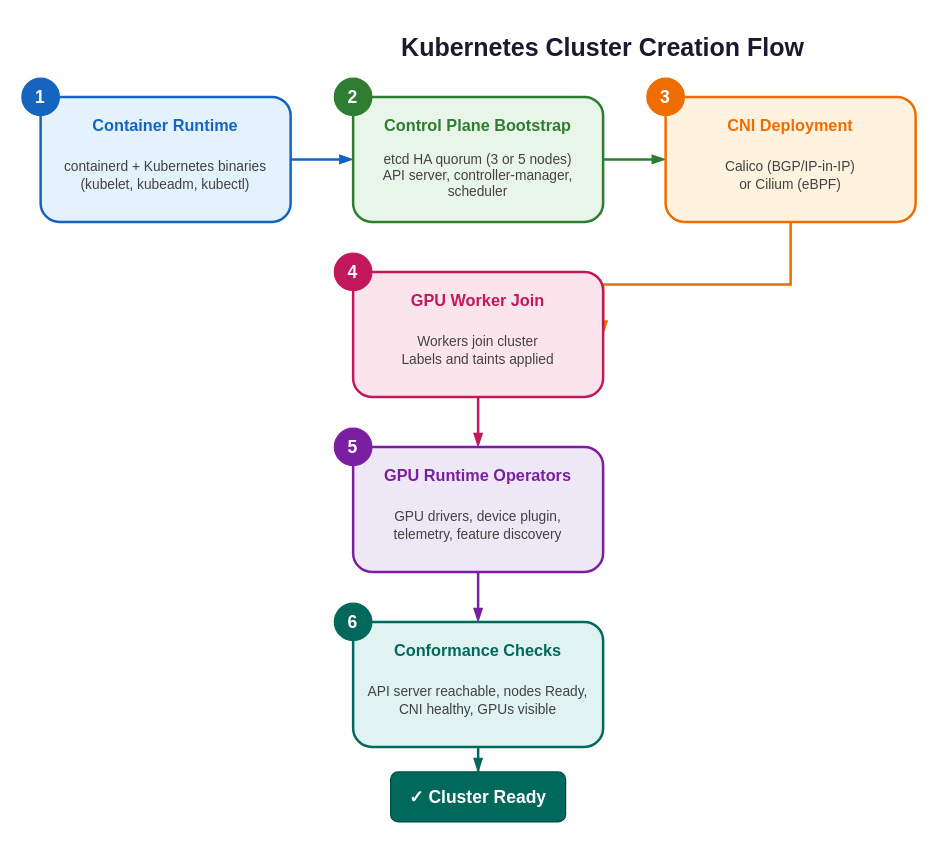
Before: docs/diagrams/kubernetes-cluster-flow.drawio in aamir939/Documentation, a draw.io diagram. Source tidied: cells renumbered, new cells numbered last; positions are measured from the earlier drawing's top-left corner, leaving out a move shared by most shapes. Both pictures are drawn from the tidied source at 125%, with x=0, y=0 at pixel (21, 21).
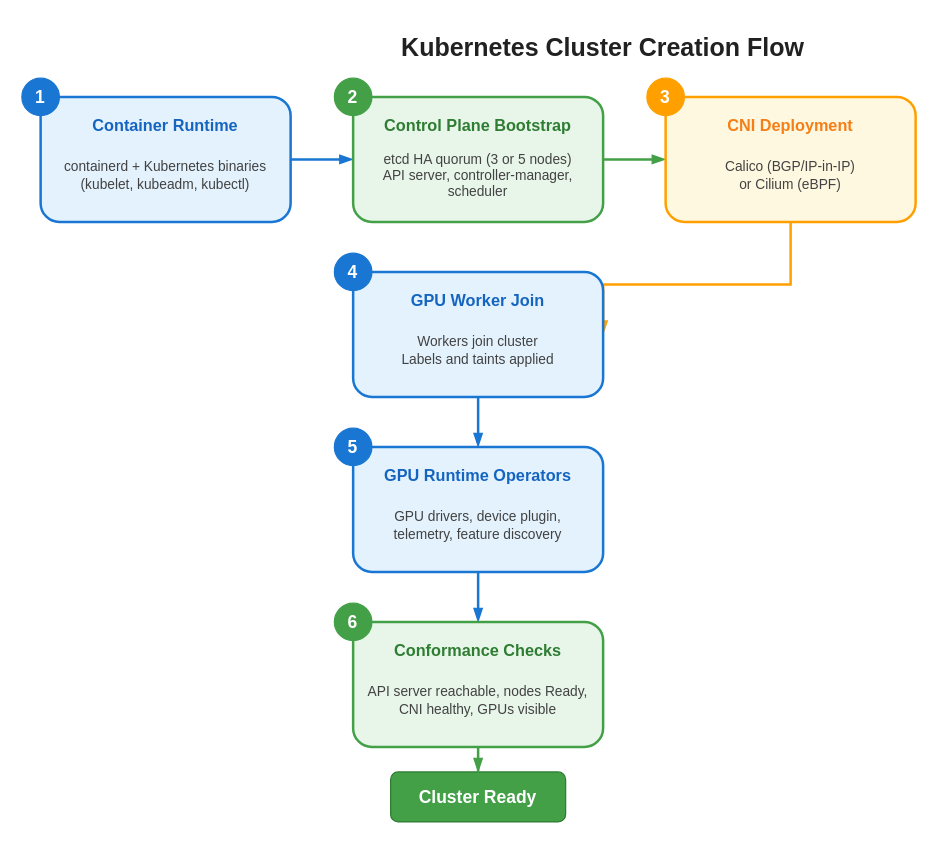
The same diagram, later.

What changed in the source:
```diff
@@
-    <mxCell id="2" value="Kubernetes Cluster Creation Flow" style="text;html=1;strokeColor=none;fillColor=none;align=center;verticalAlign=middle;whiteSpace=wrap;rounded=0;fontSize=20;fontStyle=1;fontColor=#1a1a2e;" parent="1" vertex="1">
+    <mxCell id="2" value="Kubernetes Cluster Creation Flow" style="text;html=1;strokeColor=none;fillColor=none;align=center;verticalAlign=middle;whiteSpace=wrap;rounded=0;fontSize=20;fontStyle=1;fontColor=#212121;" parent="1" vertex="1">
       <mxGeometry x="265" width="400" height="40" as="geometry" />
     </mxCell>
-    <mxCell id="3" style="rounded=1;whiteSpace=wrap;html=1;fillColor=#e3f2fd;strokeColor=#1565c0;strokeWidth=2;" parent="1" vertex="1">
+    <mxCell id="3" style="rounded=1;whiteSpace=wrap;html=1;fillColor=#e3f2fd;strokeColor=#1976d2;strokeWidth=2;" parent="1" vertex="1">
       <mxGeometry x="15" y="60" width="200" height="100" as="geometry" />
     </mxCell>
-    <mxCell id="4" value="1" style="ellipse;whiteSpace=wrap;html=1;fillColor=#1565c0;strokeColor=#1565c0;fontColor=#ffffff;fontStyle=1;fontSize=14;" parent="1" vertex="1">
+    <mxCell id="4" value="1" style="ellipse;whiteSpace=wrap;html=1;fillColor=#1976d2;strokeColor=#1976d2;fontColor=#ffffff;fontStyle=1;fontSize=14;" parent="1" vertex="1">
       <mxGeometry y="45" width="30" height="30" as="geometry" />
     </mxCell>
@@
-    <mxCell id="7" style="edgeStyle=orthogonalEdgeStyle;rounded=0;jettySize=auto;html=1;strokeWidth=2;strokeColor=#1565c0;endArrow=blockThin;endFill=1;" parent="1" edge="1" source="3" target="8">
+    <mxCell id="7" style="edgeStyle=orthogonalEdgeStyle;rounded=0;jettySize=auto;html=1;strokeWidth=2;strokeColor=#1976d2;endArrow=blockThin;endFill=1;" parent="1" edge="1" source="3" target="8">
       <mxGeometry relative="1" as="geometry" />
     </mxCell>
-    <mxCell id="8" style="rounded=1;whiteSpace=wrap;html=1;fillColor=#e8f5e9;strokeColor=#2e7d32;strokeWidth=2;" parent="1" vertex="1">
+    <mxCell id="8" style="rounded=1;whiteSpace=wrap;html=1;fillColor=#e8f5e9;strokeColor=#43a047;strokeWidth=2;" parent="1" vertex="1">
       <mxGeometry x="265" y="60" width="200" height="100" as="geometry" />
     </mxCell>
-    <mxCell id="9" value="2" style="ellipse;whiteSpace=wrap;html=1;fillColor=#2e7d32;strokeColor=#2e7d32;fontColor=#ffffff;fontStyle=1;fontSize=14;" parent="1" vertex="1">
+    <mxCell id="9" value="2" style="ellipse;whiteSpace=wrap;html=1;fillColor=#43a047;strokeColor=#43a047;fontColor=#ffffff;fontStyle=1;fontSize=14;" parent="1" vertex="1">
       <mxGeometry x="250" y="45" width="30" height="30" as="geometry" />
     </mxCell>
@@
-    <mxCell id="12" style="edgeStyle=orthogonalEdgeStyle;rounded=0;jettySize=auto;html=1;strokeWidth=2;strokeColor=#2e7d32;endArrow=blockThin;endFill=1;" parent="1" edge="1" source="8" target="13">
+    <mxCell id="12" style="edgeStyle=orthogonalEdgeStyle;rounded=0;jettySize=auto;html=1;strokeWidth=2;strokeColor=#43a047;endArrow=blockThin;endFill=1;" parent="1" edge="1" source="8" target="13">
       <mxGeometry relative="1" as="geometry" />
     </mxCell>
-    <mxCell id="13" style="rounded=1;whiteSpace=wrap;html=1;fillColor=#fff3e0;strokeColor=#ef6c00;strokeWidth=2;" parent="1" vertex="1">
+    <mxCell id="13" style="rounded=1;whiteSpace=wrap;html=1;fillColor=#fff8e1;strokeColor=#ffa000;strokeWidth=2;" parent="1" vertex="1">
       <mxGeometry x="515" y="60" width="200" height="100" as="geometry" />
     </mxCell>
-    <mxCell id="14" value="3" style="ellipse;whiteSpace=wrap;html=1;fillColor=#ef6c00;strokeColor=#ef6c00;fontColor=#ffffff;fontStyle=1;fontSize=14;" parent="1" vertex="1">
+    <mxCell id="14" value="3" style="ellipse;whiteSpace=wrap;html=1;fillColor=#ffa000;strokeColor=#ffa000;fontColor=#ffffff;fontStyle=1;fontSize=14;" parent="1" vertex="1">
       <mxGeometry x="500" y="45" width="30" height="30" as="geometry" />
     </mxCell>
-    <mxCell id="15" value="CNI Deployment" style="text;html=1;strokeColor=none;fillColor=none;align=center;verticalAlign=middle;whiteSpace=wrap;rounded=0;fontStyle=1;fontSize=13;fontColor=#ef6c00;" parent="1" vertex="1">
+    <mxCell id="15" value="CNI Deployment" style="text;html=1;strokeColor=none;fillColor=none;align=center;verticalAlign=middle;whiteSpace=wrap;rounded=0;fontStyle=1;fontSize=13;fontColor=#f57f17;" parent="1" vertex="1">
       <mxGeometry x="515" y="70" width="200" height="25" as="geometry" />
     </mxCell>
@@
-    <mxCell id="17" style="edgeStyle=orthogonalEdgeStyle;rounded=0;jettySize=auto;html=1;strokeWidth=2;strokeColor=#ef6c00;endArrow=blockThin;endFill=1;entryX=1;entryY=0.5;exitX=0.5;exitY=1;" parent="1" edge="1" source="13" target="18">
+    <mxCell id="17" style="edgeStyle=orthogonalEdgeStyle;rounded=0;jettySize=auto;html=1;strokeWidth=2;strokeColor=#ffa000;endArrow=blockThin;endFill=1;entryX=1;entryY=0.5;exitX=0.5;exitY=1;" parent="1" edge="1" source="13" target="18">
       <mxGeometry relative="1" as="geometry">
         <Array as="points">
           <mxPoint x="615" y="210" />
         </Array>
       </mxGeometry>
     </mxCell>
-    <mxCell id="18" style="rounded=1;whiteSpace=wrap;html=1;fillColor=#fce4ec;strokeColor=#c2185b;strokeWidth=2;" parent="1" vertex="1">
+    <mxCell id="18" style="rounded=1;whiteSpace=wrap;html=1;fillColor=#e3f2fd;strokeColor=#1976d2;strokeWidth=2;" parent="1" vertex="1">
       <mxGeometry x="265" y="200" width="200" height="100" as="geometry" />
     </mxCell>
-    <mxCell id="19" value="4" style="ellipse;whiteSpace=wrap;html=1;fillColor=#c2185b;strokeColor=#c2185b;fontColor=#ffffff;fontStyle=1;fontSize=14;" parent="1" vertex="1">
+    <mxCell id="19" value="4" style="ellipse;whiteSpace=wrap;html=1;fillColor=#1976d2;strokeColor=#1976d2;fontColor=#ffffff;fontStyle=1;fontSize=14;" parent="1" vertex="1">
       <mxGeometry x="250" y="185" width="30" height="30" as="geometry" />
     </mxCell>
-    <mxCell id="20" value="GPU Worker Join" style="text;html=1;strokeColor=none;fillColor=none;align=center;verticalAlign=middle;whiteSpace=wrap;rounded=0;fontStyle=1;fontSize=13;fontColor=#c2185b;" parent="1" vertex="1">
+    <mxCell id="20" value="GPU Worker Join" style="text;html=1;strokeColor=none;fillColor=none;align=center;verticalAlign=middle;whiteSpace=wrap;rounded=0;fontStyle=1;fontSize=13;fontColor=#1565c0;" parent="1" vertex="1">
       <mxGeometry x="265" y="210" width="200" height="25" as="geometry" />
     </mxCell>
@@
-    <mxCell id="22" style="edgeStyle=orthogonalEdgeStyle;rounded=0;jettySize=auto;html=1;strokeWidth=2;strokeColor=#c2185b;endArrow=blockThin;endFill=1;exitX=0.5;exitY=1;entryX=0.5;entryY=0;" parent="1" edge="1" source="18" target="23">
+    <mxCell id="22" style="edgeStyle=orthogonalEdgeStyle;rounded=0;jettySize=auto;html=1;strokeWidth=2;strokeColor=#1976d2;endArrow=blockThin;endFill=1;exitX=0.5;exitY=1;entryX=0.5;entryY=0;" parent="1" edge="1" source="18" target="23">
       <mxGeometry relative="1" as="geometry" />
     </mxCell>
-    <mxCell id="23" style="rounded=1;whiteSpace=wrap;html=1;fillColor=#ede7f6;strokeColor=#7b1fa2;strokeWidth=2;" parent="1" vertex="1">
+    <mxCell id="23" style="rounded=1;whiteSpace=wrap;html=1;fillColor=#e3f2fd;strokeColor=#1976d2;strokeWidth=2;" parent="1" vertex="1">
       <mxGeometry x="265" y="340" width="200" height="100" as="geometry" />
     </mxCell>
-    <mxCell id="24" value="5" style="ellipse;whiteSpace=wrap;html=1;fillColor=#7b1fa2;strokeColor=#7b1fa2;fontColor=#ffffff;fontStyle=1;fontSize=14;" parent="1" vertex="1">
+    <mxCell id="24" value="5" style="ellipse;whiteSpace=wrap;html=1;fillColor=#1976d2;strokeColor=#1976d2;fontColor=#ffffff;fontStyle=1;fontSize=14;" parent="1" vertex="1">
       <mxGeometry x="250" y="325" width="30" height="30" as="geometry" />
     </mxCell>
-    <mxCell id="25" value="GPU Runtime Operators" style="text;html=1;strokeColor=none;fillColor=none;align=center;verticalAlign=middle;whiteSpace=wrap;rounded=0;fontStyle=1;fontSize=13;fontColor=#7b1fa2;" parent="1" vertex="1">
+    <mxCell id="25" value="GPU Runtime Operators" style="text;html=1;strokeColor=none;fillColor=none;align=center;verticalAlign=middle;whiteSpace=wrap;rounded=0;fontStyle=1;fontSize=13;fontColor=#1565c0;" parent="1" vertex="1">
       <mxGeometry x="265" y="350" width="200" height="25" as="geometry" />
     </mxCell>
@@
-    <mxCell id="27" style="edgeStyle=orthogonalEdgeStyle;rounded=0;jettySize=auto;html=1;strokeWidth=2;strokeColor=#7b1fa2;endArrow=blockThin;endFill=1;exitX=0.5;exitY=1;entryX=0.5;entryY=0;" parent="1" edge="1" source="23" target="28">
+    <mxCell id="27" style="edgeStyle=orthogonalEdgeStyle;rounded=0;jettySize=auto;html=1;strokeWidth=2;strokeColor=#1976d2;endArrow=blockThin;endFill=1;exitX=0.5;exitY=1;entryX=0.5;entryY=0;" parent="1" edge="1" source="23" target="28">
       <mxGeometry relative="1" as="geometry" />
     </mxCell>
-    <mxCell id="28" style="rounded=1;whiteSpace=wrap;html=1;fillColor=#e0f2f1;strokeColor=#00695c;strokeWidth=2;" parent="1" vertex="1">
+    <mxCell id="28" style="rounded=1;whiteSpace=wrap;html=1;fillColor=#e8f5e9;strokeColor=#43a047;strokeWidth=2;" parent="1" vertex="1">
       <mxGeometry x="265" y="480" width="200" height="100" as="geometry" />
     </mxCell>
-    <mxCell id="29" value="6" style="ellipse;whiteSpace=wrap;html=1;fillColor=#00695c;strokeColor=#00695c;fontColor=#ffffff;fontStyle=1;fontSize=14;" parent="1" vertex="1">
+    <mxCell id="29" value="6" style="ellipse;whiteSpace=wrap;html=1;fillColor=#43a047;strokeColor=#43a047;fontColor=#ffffff;fontStyle=1;fontSize=14;" parent="1" vertex="1">
       <mxGeometry x="250" y="465" width="30" height="30" as="geometry" />
     </mxCell>
-    <mxCell id="30" value="Conformance Checks" style="text;html=1;strokeColor=none;fillColor=none;align=center;verticalAlign=middle;whiteSpace=wrap;rounded=0;fontStyle=1;fontSize=13;fontColor=#00695c;" parent="1" vertex="1">
+    <mxCell id="30" value="Conformance Checks" style="text;html=1;strokeColor=none;fillColor=none;align=center;verticalAlign=middle;whiteSpace=wrap;rounded=0;fontStyle=1;fontSize=13;fontColor=#2e7d32;" parent="1" vertex="1">
       <mxGeometry x="265" y="490" width="200" height="25" as="geometry" />
     </mxCell>
@@
-    <mxCell id="32" value="✓ Cluster Ready" style="rounded=1;whiteSpace=wrap;html=1;fillColor=#00695c;strokeColor=#004d40;fontColor=#ffffff;fontStyle=1;fontSize=14;" parent="1" vertex="1">
+    <mxCell id="32" value="Cluster Ready" style="rounded=1;whiteSpace=wrap;html=1;fillColor=#43a047;strokeColor=#2e7d32;fontColor=#ffffff;fontStyle=1;fontSize=14;" parent="1" vertex="1">
       <mxGeometry x="295" y="600" width="140" height="40" as="geometry" />
     </mxCell>
-    <mxCell id="33" style="edgeStyle=orthogonalEdgeStyle;rounded=0;jettySize=auto;html=1;strokeWidth=2;strokeColor=#00695c;endArrow=blockThin;endFill=1;" parent="1" edge="1" source="28" target="32">
+    <mxCell id="33" style="edgeStyle=orthogonalEdgeStyle;rounded=0;jettySize=auto;html=1;strokeWidth=2;strokeColor=#43a047;endArrow=blockThin;endFill=1;" parent="1" edge="1" source="28" target="32">
       <mxGeometry relative="1" as="geometry" />
     </mxCell>
```
